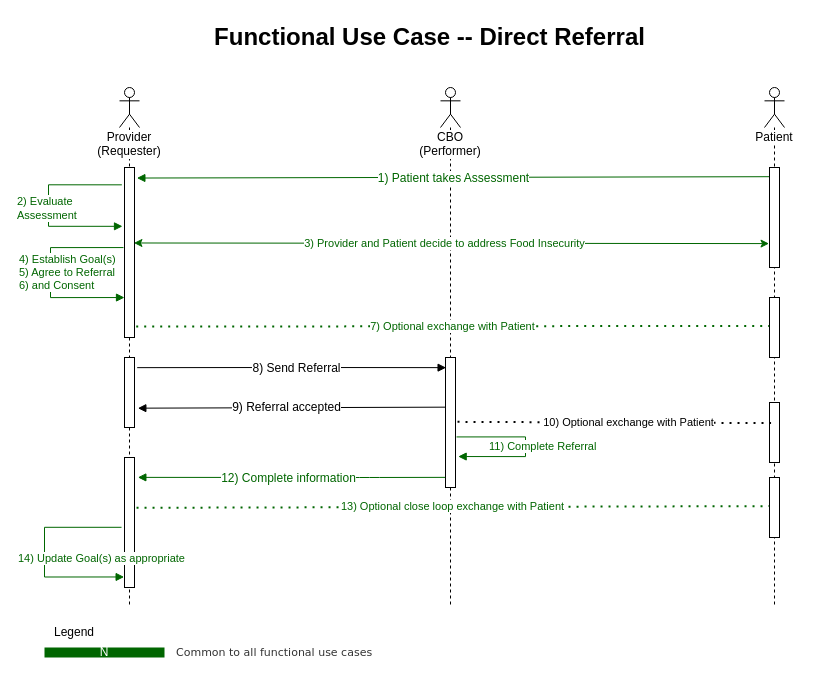
Before: page "Msg DME w Int" (1 of 7) of Images Source/FunctionalUseCaseFlowDirectReferral3.drawio in HL7/fhir-sdoh-clinicalcare, a draw.io diagram. Source tidied: cells renumbered, new cells numbered last; positions are measured from the earlier drawing's top-left corner, leaving out a move shared by most shapes. Both pictures are drawn from the tidied source at 100%, with x=0, y=0 at pixel (44, 17). Pictures stored in the file or linked from it are replaced by grey dashed boxes.
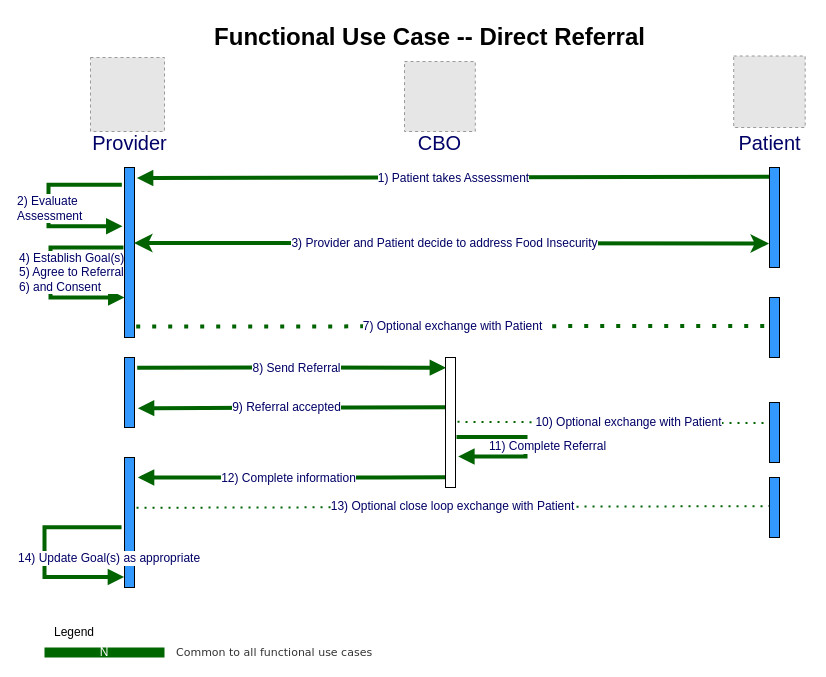
The same diagram, later.

What changed in the source:
```diff
@@
-    <mxCell id="2" value="&lt;div&gt;Provider&lt;/div&gt;&lt;div&gt;(Requester)&lt;/div&gt;" style="shape=umlLifeline;participant=umlActor;perimeter=lifelinePerimeter;whiteSpace=wrap;html=1;verticalAlign=top;spacingTop=36;labelBackgroundColor=#ffffff;align=center;" parent="1" vertex="1">
-      <mxGeometry x="75" y="70" width="20" height="520" as="geometry" />
-    </mxCell>
-    <mxCell id="3" style="html=1;points=[];perimeter=orthogonalPerimeter;" parent="2" vertex="1">
-      <mxGeometry x="5" y="270" width="10" height="70" as="geometry" />
-    </mxCell>
-    <mxCell id="4" style="html=1;points=[];perimeter=orthogonalPerimeter;" parent="2" vertex="1">
-      <mxGeometry x="5" y="370" width="10" height="130" as="geometry" />
-    </mxCell>
-    <mxCell id="5" value="14) Update Goal(s) as appropriate" style="edgeStyle=orthogonalEdgeStyle;html=1;align=left;spacingLeft=2;endArrow=block;rounded=0;strokeColor=#006600;fontColor=#006600;exitX=-0.298;exitY=0.537;exitDx=0;exitDy=0;exitPerimeter=0;entryX=-0.037;entryY=0.919;entryDx=0;entryDy=0;entryPerimeter=0;" parent="2" edge="1" source="4" target="4">
-      <mxGeometry x="0.05" y="-30" relative="1" as="geometry">
-        <Array as="points">
-          <mxPoint x="-75" y="440" />
-          <mxPoint x="-75" y="490" />
-        </Array>
-      </mxGeometry>
-    </mxCell>
-    <mxCell id="6" value="CBO&lt;br&gt;(Performer)" style="shape=umlLifeline;participant=umlActor;perimeter=lifelinePerimeter;whiteSpace=wrap;html=1;verticalAlign=top;spacingTop=36;labelBackgroundColor=#ffffff;" parent="1" vertex="1">
-      <mxGeometry x="396" y="70" width="20" height="520" as="geometry" />
-    </mxCell>
-    <mxCell id="7" style="html=1;points=[];perimeter=orthogonalPerimeter;" parent="6" vertex="1">
-      <mxGeometry x="5" y="270" width="10" height="130" as="geometry" />
-    </mxCell>
-    <mxCell id="8" value="11) Complete Referral" style="edgeStyle=orthogonalEdgeStyle;html=1;align=left;spacingLeft=2;endArrow=block;rounded=0;strokeColor=#006600;fontColor=#006600;entryX=1.267;entryY=0.762;entryDx=0;entryDy=0;entryPerimeter=0;exitX=1.104;exitY=0.611;exitDx=0;exitDy=0;exitPerimeter=0;" parent="6" edge="1" source="7" target="7">
-      <mxGeometry x="-0.63" y="-10" relative="1" as="geometry">
-        <Array as="points">
-          <mxPoint x="85" y="349" />
-          <mxPoint x="85" y="369" />
-        </Array>
-      </mxGeometry>
-    </mxCell>
@@
-    <mxCell id="10" value="2) Evaluate &lt;br&gt;Assessment" style="edgeStyle=orthogonalEdgeStyle;html=1;align=left;spacingLeft=2;endArrow=block;rounded=0;strokeColor=#006600;fontColor=#006600;exitX=-0.265;exitY=0.102;exitDx=0;exitDy=0;exitPerimeter=0;entryX=-0.2;entryY=0.346;entryDx=0;entryDy=0;entryPerimeter=0;" parent="1" edge="1" source="11" target="11">
+    <mxCell id="10" value="2) Evaluate &lt;br style=&quot;font-size: 12px;&quot;&gt;Assessment" style="edgeStyle=orthogonalEdgeStyle;html=1;align=left;spacingLeft=2;endArrow=block;rounded=0;strokeColor=#006300;fontColor=#000066;exitX=-0.265;exitY=0.102;exitDx=0;exitDy=0;exitPerimeter=0;entryX=-0.2;entryY=0.346;entryDx=0;entryDy=0;entryPerimeter=0;fontSize=12;strokeWidth=4;" parent="1" edge="1" source="11" target="11">
       <mxGeometry x="0.03" y="-35" relative="1" as="geometry">
         <Array as="points">
           <mxPoint x="4" y="167" />
           <mxPoint x="4" y="209" />
         </Array>
       </mxGeometry>
     </mxCell>
-    <mxCell id="11" style="html=1;points=[];perimeter=orthogonalPerimeter;" parent="1" vertex="1">
+    <mxCell id="11" style="html=1;points=[];perimeter=orthogonalPerimeter;fillColor=#3399FF;fontColor=#000066;" parent="1" vertex="1">
       <mxGeometry x="80" y="150" width="10" height="170" as="geometry" />
     </mxCell>
-    <mxCell id="12" value="&lt;span style=&quot;font-size: 12px&quot;&gt;1) Patient takes Assessment&lt;br&gt;&lt;/span&gt;" style="html=1;verticalAlign=bottom;endArrow=block;strokeColor=#006600;fontColor=#006600;entryX=1.237;entryY=0.062;entryDx=0;entryDy=0;entryPerimeter=0;exitX=-0.014;exitY=0.092;exitDx=0;exitDy=0;exitPerimeter=0;" parent="1" edge="1" source="20" target="11">
+    <mxCell id="12" value="&lt;span style=&quot;font-size: 12px&quot;&gt;1) Patient takes Assessment&lt;br style=&quot;font-size: 12px;&quot;&gt;&lt;/span&gt;" style="html=1;verticalAlign=bottom;endArrow=block;strokeColor=#006300;fontColor=#000066;entryX=1.237;entryY=0.062;entryDx=0;entryDy=0;entryPerimeter=0;exitX=-0.014;exitY=0.092;exitDx=0;exitDy=0;exitPerimeter=0;fontSize=12;strokeWidth=4;" parent="1" edge="1" source="20" target="11">
       <mxGeometry y="10" relative="1" as="geometry" />
     </mxCell>
-    <mxCell id="13" value="&lt;span style=&quot;font-size: 12px&quot;&gt;8) Send Referral&lt;br&gt;&lt;/span&gt;" style="html=1;verticalAlign=bottom;endArrow=block;strokeColor=#000000;fontColor=#000000;entryX=0.059;entryY=0.078;entryDx=0;entryDy=0;entryPerimeter=0;exitX=1.269;exitY=0.145;exitDx=0;exitDy=0;exitPerimeter=0;" parent="1" edge="1" source="3" target="7">
+    <mxCell id="13" value="&lt;span style=&quot;font-size: 12px&quot;&gt;8) Send Referral&lt;br style=&quot;font-size: 12px;&quot;&gt;&lt;/span&gt;" style="html=1;verticalAlign=bottom;endArrow=block;strokeColor=#006300;fontColor=#000066;entryX=0.059;entryY=0.078;entryDx=0;entryDy=0;entryPerimeter=0;exitX=1.269;exitY=0.145;exitDx=0;exitDy=0;exitPerimeter=0;fontSize=12;strokeWidth=4;" parent="1" edge="1" source="3" target="7">
       <mxGeometry x="0.03" y="-10" relative="1" as="geometry">
         <Array as="points">
           <mxPoint x="250" y="350" />
         </Array>
       </mxGeometry>
     </mxCell>
-    <mxCell id="14" value="&lt;span style=&quot;font-size: 12px&quot;&gt;9) Referral accepted&lt;/span&gt;" style="html=1;verticalAlign=bottom;endArrow=block;strokeColor=#000000;fontColor=#000000;entryX=1.335;entryY=0.724;entryDx=0;entryDy=0;entryPerimeter=0;exitX=0.027;exitY=0.382;exitDx=0;exitDy=0;exitPerimeter=0;" parent="1" edge="1" source="7" target="3">
+    <mxCell id="14" value="&lt;span style=&quot;font-size: 12px&quot;&gt;9) Referral accepted&lt;/span&gt;" style="html=1;verticalAlign=bottom;endArrow=block;strokeColor=#006300;fontColor=#000066;entryX=1.335;entryY=0.724;entryDx=0;entryDy=0;entryPerimeter=0;exitX=0.027;exitY=0.382;exitDx=0;exitDy=0;exitPerimeter=0;fontSize=12;strokeWidth=4;" parent="1" edge="1" source="7" target="3">
       <mxGeometry x="0.03" y="9" relative="1" as="geometry" />
     </mxCell>
-    <mxCell id="15" value="&lt;font style=&quot;font-size: 12px&quot;&gt;12) Complete information&lt;/font&gt;" style="html=1;verticalAlign=bottom;endArrow=block;startArrow=none;strokeColor=#006600;fontColor=#006600;entryX=1.335;entryY=0.153;entryDx=0;entryDy=0;entryPerimeter=0;exitX=-0.039;exitY=0.922;exitDx=0;exitDy=0;exitPerimeter=0;" parent="1" edge="1" source="7" target="4">
+    <mxCell id="15" value="&lt;font style=&quot;font-size: 12px&quot;&gt;12) Complete information&lt;/font&gt;" style="html=1;verticalAlign=bottom;endArrow=block;startArrow=none;strokeColor=#006300;fontColor=#000066;entryX=1.335;entryY=0.153;entryDx=0;entryDy=0;entryPerimeter=0;exitX=-0.039;exitY=0.922;exitDx=0;exitDy=0;exitPerimeter=0;fontSize=12;strokeWidth=4;" parent="1" edge="1" source="7" target="4">
       <mxGeometry x="0.02" y="10" relative="1" as="geometry">
         <Array as="points">
           <mxPoint x="325" y="460" />
         </Array>
       </mxGeometry>
     </mxCell>
-    <mxCell id="16" value="Patient" style="shape=umlLifeline;participant=umlActor;perimeter=lifelinePerimeter;whiteSpace=wrap;html=1;verticalAlign=top;spacingTop=36;labelBackgroundColor=#ffffff;" parent="1" vertex="1">
-      <mxGeometry x="720" y="70" width="20" height="520" as="geometry" />
-    </mxCell>
-    <mxCell id="17" style="html=1;points=[];perimeter=orthogonalPerimeter;" parent="16" vertex="1">
-      <mxGeometry x="5" y="210" width="10" height="60" as="geometry" />
-    </mxCell>
-    <mxCell id="18" style="html=1;points=[];perimeter=orthogonalPerimeter;" parent="16" vertex="1">
-      <mxGeometry x="5" y="390" width="10" height="60" as="geometry" />
-    </mxCell>
-    <mxCell id="19" style="html=1;points=[];perimeter=orthogonalPerimeter;" parent="16" vertex="1">
-      <mxGeometry x="5" y="315" width="10" height="60" as="geometry" />
-    </mxCell>
-    <mxCell id="20" style="html=1;points=[];perimeter=orthogonalPerimeter;" parent="1" vertex="1">
+    <mxCell id="20" style="html=1;points=[];perimeter=orthogonalPerimeter;fillColor=#3399FF;fontColor=#000066;" parent="1" vertex="1">
       <mxGeometry x="725" y="150" width="10" height="100" as="geometry" />
     </mxCell>
-    <mxCell id="21" value="4) Establish Goal(s)&lt;br&gt;5) Agree to Referral&lt;br&gt;6) and Consent" style="edgeStyle=orthogonalEdgeStyle;html=1;align=left;spacingLeft=2;endArrow=block;rounded=0;strokeColor=#006600;fontColor=#006600;exitX=-0.102;exitY=0.471;exitDx=0;exitDy=0;exitPerimeter=0;entryX=0;entryY=0.765;entryDx=0;entryDy=0;entryPerimeter=0;" parent="1" edge="1" source="11" target="11">
+    <mxCell id="21" value="4) Establish Goal(s)&lt;br style=&quot;font-size: 12px;&quot;&gt;5) Agree to Referral&lt;br style=&quot;font-size: 12px;&quot;&gt;6) and Consent" style="edgeStyle=orthogonalEdgeStyle;html=1;align=left;spacingLeft=2;endArrow=block;rounded=0;strokeColor=#006300;fontColor=#000066;exitX=-0.102;exitY=0.471;exitDx=0;exitDy=0;exitPerimeter=0;entryX=0;entryY=0.765;entryDx=0;entryDy=0;entryPerimeter=0;fontSize=12;strokeWidth=4;" parent="1" edge="1" source="11" target="11">
       <mxGeometry y="-35" relative="1" as="geometry">
         <Array as="points">
           <mxPoint x="6" y="230" />
           <mxPoint x="6" y="280" />
         </Array>
       </mxGeometry>
     </mxCell>
-    <mxCell id="22" value="3) Provider and Patient decide to address Food Insecurity" style="endArrow=classic;startArrow=classic;html=1;rounded=0;strokeColor=#006600;fontColor=#006600;exitX=0.943;exitY=0.444;exitDx=0;exitDy=0;exitPerimeter=0;entryX=-0.047;entryY=0.761;entryDx=0;entryDy=0;entryPerimeter=0;" parent="1" edge="1" source="11" target="20">
+    <mxCell id="22" value="3) Provider and Patient decide to address Food Insecurity" style="endArrow=classic;startArrow=classic;html=1;rounded=0;strokeColor=#006300;fontColor=#000066;exitX=0.943;exitY=0.444;exitDx=0;exitDy=0;exitPerimeter=0;entryX=-0.047;entryY=0.761;entryDx=0;entryDy=0;entryPerimeter=0;fontSize=12;strokeWidth=4;" parent="1" edge="1" source="11" target="20">
       <mxGeometry x="-0.02" relative="1" as="geometry" />
     </mxCell>
-    <mxCell id="23" value="7) Optional exchange with Patient" style="endArrow=none;dashed=1;html=1;dashPattern=1 3;strokeWidth=2;rounded=0;strokeColor=#006600;fontColor=#006600;exitX=1.171;exitY=0.936;exitDx=0;exitDy=0;exitPerimeter=0;entryX=-0.047;entryY=0.473;entryDx=0;entryDy=0;entryPerimeter=0;" parent="1" edge="1" source="11" target="17">
+    <mxCell id="23" value="7) Optional exchange with Patient" style="endArrow=none;dashed=1;html=1;dashPattern=1 3;strokeWidth=4;rounded=0;strokeColor=#006300;fontColor=#000066;exitX=1.171;exitY=0.936;exitDx=0;exitDy=0;exitPerimeter=0;entryX=-0.047;entryY=0.473;entryDx=0;entryDy=0;entryPerimeter=0;fontSize=12;" parent="1" edge="1" source="11" target="17">
       <mxGeometry relative="1" as="geometry" />
     </mxCell>
-    <mxCell id="24" value="13) Optional close loop exchange with Patient" style="endArrow=none;dashed=1;html=1;dashPattern=1 3;strokeWidth=2;rounded=0;strokeColor=#006600;fontColor=#006600;exitX=1.204;exitY=0.387;exitDx=0;exitDy=0;exitPerimeter=0;entryX=-0.047;entryY=0.477;entryDx=0;entryDy=0;entryPerimeter=0;" parent="1" edge="1" source="4" target="18">
+    <mxCell id="24" value="13) Optional close loop exchange with Patient" style="endArrow=none;dashed=1;html=1;dashPattern=1 3;strokeWidth=2;rounded=0;strokeColor=#006300;fontColor=#000066;exitX=1.204;exitY=0.387;exitDx=0;exitDy=0;exitPerimeter=0;entryX=-0.047;entryY=0.477;entryDx=0;entryDy=0;entryPerimeter=0;fontSize=12;" parent="1" edge="1" source="4" target="18">
       <mxGeometry relative="1" as="geometry" />
     </mxCell>
-    <mxCell id="25" value="10) Optional exchange with Patient" style="endArrow=none;dashed=1;html=1;dashPattern=1 3;strokeWidth=2;rounded=0;strokeColor=#000000;fontColor=#000000;entryX=0.155;entryY=0.343;entryDx=0;entryDy=0;entryPerimeter=0;exitX=1.202;exitY=0.495;exitDx=0;exitDy=0;exitPerimeter=0;" parent="1" edge="1" source="7" target="19">
+    <mxCell id="25" value="10) Optional exchange with Patient" style="endArrow=none;dashed=1;html=1;dashPattern=1 3;strokeWidth=2;rounded=0;strokeColor=#006300;fontColor=#000066;entryX=0.155;entryY=0.343;entryDx=0;entryDy=0;entryPerimeter=0;exitX=1.202;exitY=0.495;exitDx=0;exitDy=0;exitPerimeter=0;fontSize=12;" parent="1" edge="1" source="7" target="19">
       <mxGeometry x="0.09" relative="1" as="geometry" />
     </mxCell>
@@
+    <mxCell id="3" style="html=1;points=[];perimeter=orthogonalPerimeter;fillColor=#3399FF;fontColor=#000066;" parent="1" vertex="1">
+      <mxGeometry x="80" y="340" width="10" height="70" as="geometry" />
+    </mxCell>
+    <mxCell id="4" style="html=1;points=[];perimeter=orthogonalPerimeter;fillColor=#3399FF;fontColor=#000066;" parent="1" vertex="1">
+      <mxGeometry x="80" y="440" width="10" height="130" as="geometry" />
+    </mxCell>
+    <mxCell id="5" value="14) Update Goal(s) as appropriate" style="edgeStyle=orthogonalEdgeStyle;html=1;align=left;spacingLeft=2;endArrow=block;rounded=0;strokeColor=#006300;fontColor=#000066;exitX=-0.298;exitY=0.537;exitDx=0;exitDy=0;exitPerimeter=0;entryX=-0.037;entryY=0.919;entryDx=0;entryDy=0;entryPerimeter=0;fontSize=12;strokeWidth=4;" parent="1" edge="1" source="4" target="4">
+      <mxGeometry x="0.05" y="-30" relative="1" as="geometry">
+        <Array as="points">
+          <mxPoint y="510" />
+          <mxPoint y="560" />
+        </Array>
+      </mxGeometry>
+    </mxCell>
+    <mxCell id="7" style="html=1;points=[];perimeter=orthogonalPerimeter;fontColor=#000066;" parent="1" vertex="1">
+      <mxGeometry x="401" y="340" width="10" height="130" as="geometry" />
+    </mxCell>
+    <mxCell id="8" value="11) Complete Referral" style="edgeStyle=orthogonalEdgeStyle;html=1;align=left;spacingLeft=2;endArrow=block;rounded=0;strokeColor=#006300;fontColor=#000066;entryX=1.267;entryY=0.762;entryDx=0;entryDy=0;entryPerimeter=0;exitX=1.104;exitY=0.611;exitDx=0;exitDy=0;exitPerimeter=0;fontSize=12;strokeWidth=4;" parent="1" edge="1" source="7" target="7">
+      <mxGeometry x="-0.63" y="-10" relative="1" as="geometry">
+        <Array as="points">
+          <mxPoint x="481" y="419" />
+          <mxPoint x="481" y="439" />
+        </Array>
+      </mxGeometry>
+    </mxCell>
+    <mxCell id="17" style="html=1;points=[];perimeter=orthogonalPerimeter;fillColor=#3399FF;fontColor=#000066;" parent="1" vertex="1">
+      <mxGeometry x="725" y="280" width="10" height="60" as="geometry" />
+    </mxCell>
+    <mxCell id="18" style="html=1;points=[];perimeter=orthogonalPerimeter;fillColor=#3399FF;fontColor=#000066;" parent="1" vertex="1">
+      <mxGeometry x="725" y="460" width="10" height="60" as="geometry" />
+    </mxCell>
+    <mxCell id="19" style="html=1;points=[];perimeter=orthogonalPerimeter;fillColor=#3399FF;fontColor=#000066;" parent="1" vertex="1">
+      <mxGeometry x="725" y="385" width="10" height="60" as="geometry" />
+    </mxCell>
+    <mxCell id="29" style="fillColor=#E6E6E6;strokeColor=#999999;dashed=1;verticalLabelPosition=bottom;verticalAlign=top;fontSize=20;fontColor=#000066;" parent="1" vertex="1">
+      <mxGeometry x="46" y="40" width="74" height="74" as="geometry" />
+    </mxCell>
+    <mxCell id="30" style="fillColor=#E6E6E6;strokeColor=#999999;dashed=1;verticalLabelPosition=bottom;labelBackgroundColor=default;verticalAlign=top;fontColor=#000066;" parent="1" vertex="1">
+      <mxGeometry x="360" y="44" width="70.8" height="70" as="geometry" />
+    </mxCell>
+    <mxCell id="31" style="fillColor=#E6E6E6;strokeColor=#999999;dashed=1;verticalLabelPosition=bottom;labelBackgroundColor=default;verticalAlign=top;fontColor=#000066;" parent="1" vertex="1">
+      <mxGeometry x="689.2" y="38.5" width="71.5" height="71.5" as="geometry" />
+    </mxCell>
+    <mxCell id="32" value="Provider" style="text;html=1;align=center;verticalAlign=middle;fillColor=none;strokeColor=none;rounded=0;fontSize=20;fontColor=#000066;" parent="1" vertex="1">
+      <mxGeometry x="40" y="110" width="90" height="30" as="geometry" />
+    </mxCell>
+    <mxCell id="33" value="CBO" style="text;html=1;align=center;verticalAlign=middle;fillColor=none;strokeColor=none;rounded=0;fontSize=20;fontColor=#000066;" parent="1" vertex="1">
+      <mxGeometry x="365.4" y="110" width="60" height="30" as="geometry" />
+    </mxCell>
+    <mxCell id="16" value="Patient" style="text;html=1;align=center;verticalAlign=middle;fillColor=none;strokeColor=none;rounded=0;fontSize=20;fontColor=#000066;" parent="1" vertex="1">
+      <mxGeometry x="685" y="110" width="80" height="30" as="geometry" />
+    </mxCell>
```
